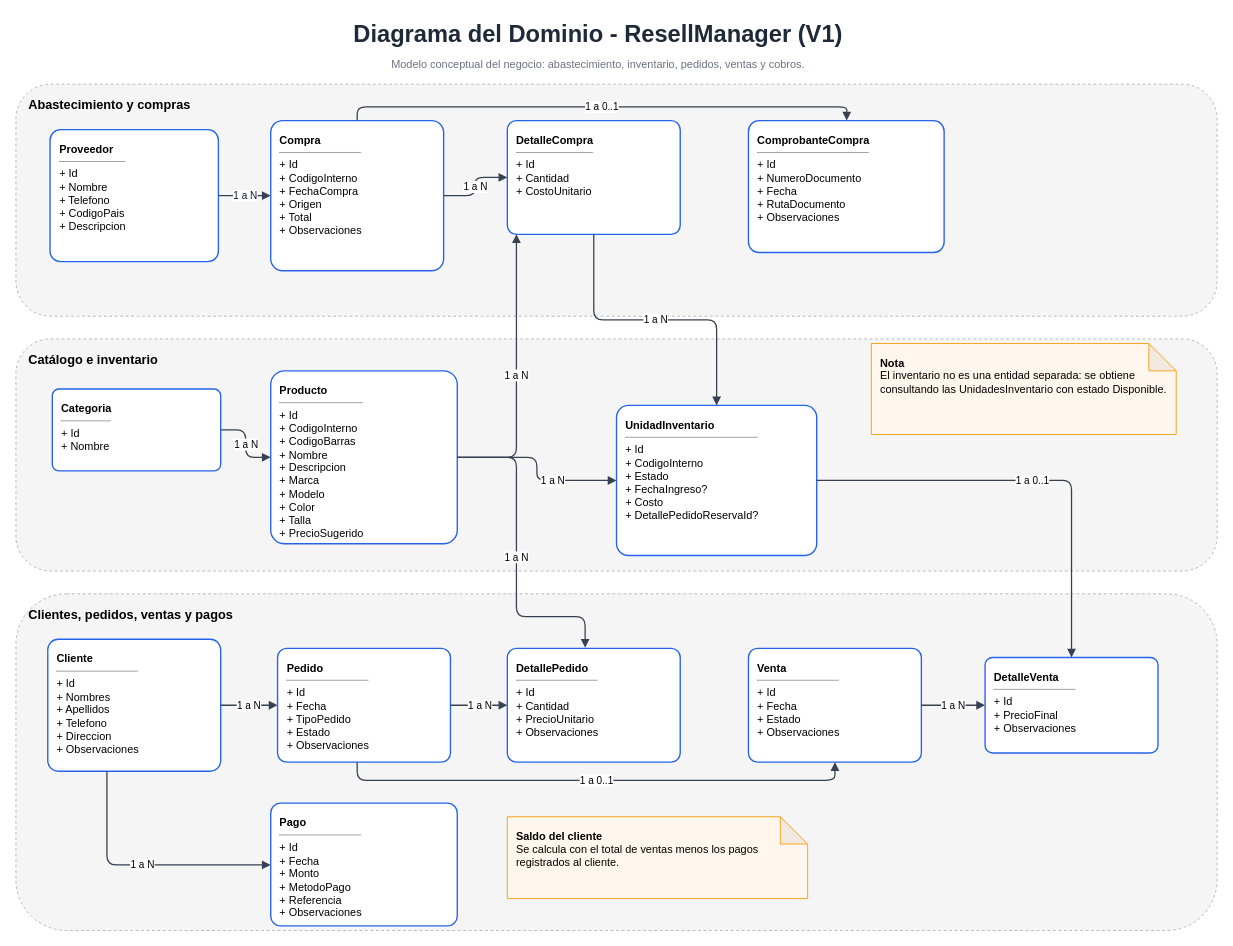
Above: docs/diagrams/06_DiagramaDelDominio.drawio in newton0608/ResellManager (draw.io), before the change. Source tidied: cells renumbered, new cells numbered last; positions are measured from the earlier drawing's top-left corner, leaving out a move shared by most shapes. Both pictures are drawn from the tidied source at 91%, with x=0, y=0 at pixel (15, 15).
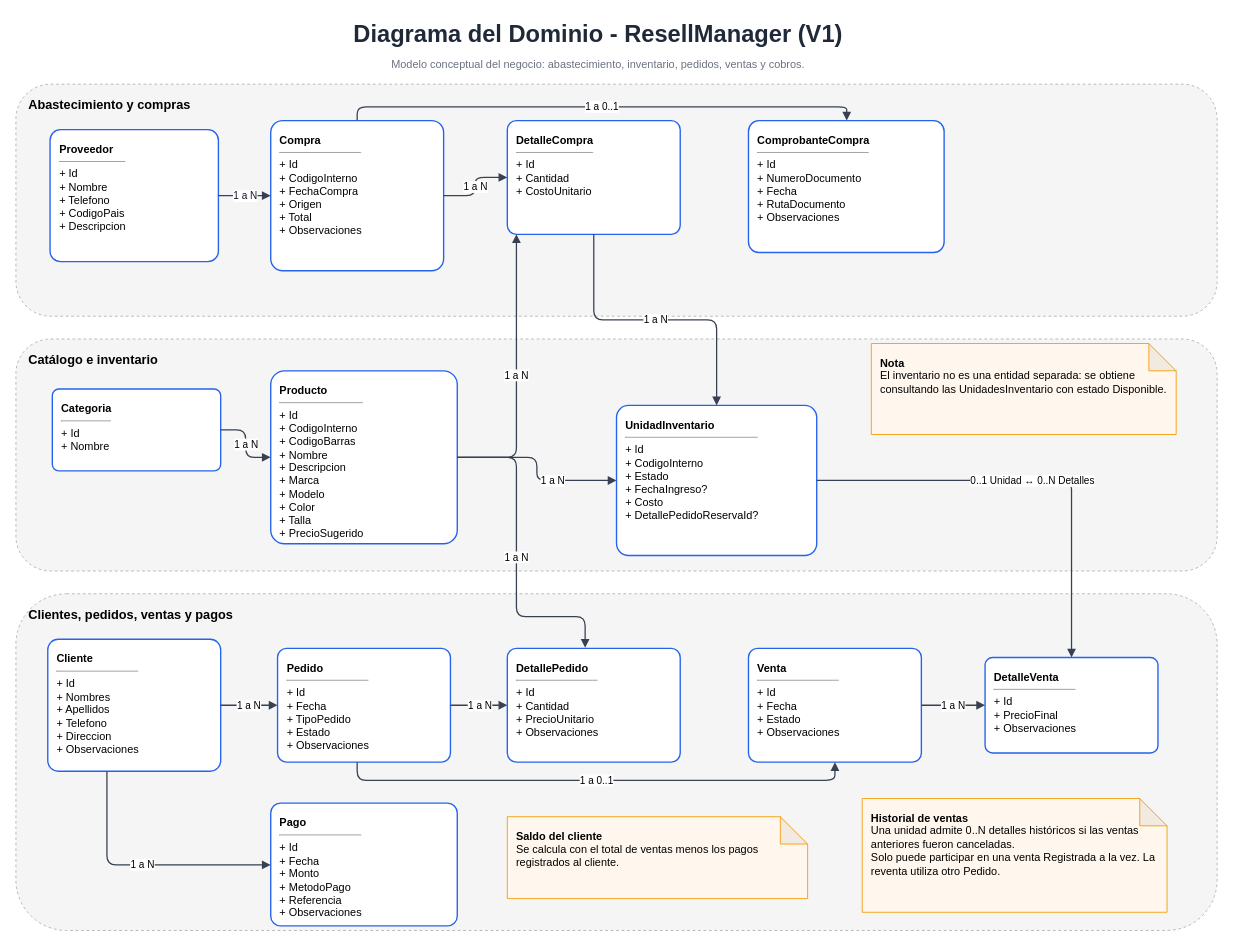
Above is the later version.

The change refers to these unchanged cells:
```xml
<mxCell id="13" value="&lt;b&gt;&lt;font style=&quot;color: rgb(0, 0, 0);&quot;&gt;UnidadInventario&lt;/font&gt;&lt;/b&gt;&lt;hr size=&quot;1&quot;&gt;&lt;font style=&quot;color: rgb(0, 0, 0);&quot;&gt;+ Id&lt;br&gt;+ CodigoInterno&lt;br&gt;+ Estado&lt;br&gt;+ FechaIngreso?&lt;br&gt;+ Costo&lt;br&gt;+ DetallePedidoReservaId?&lt;/font&gt;" style="rounded=1;whiteSpace=wrap;html=1;fillColor=#ffffff;strokeColor=#2563eb;strokeWidth=1.5;fontSize=12;align=left;verticalAlign=top;spacing=10;arcSize=8;" parent="1" vertex="1">
  <mxGeometry x="660" y="428" width="220" height="165" as="geometry" />
</mxCell>
<mxCell id="18" value="&lt;b&gt;DetalleVenta&lt;/b&gt;&lt;hr size=&quot;1&quot;&gt;+ Id&lt;br&gt;+ PrecioFinal&lt;br&gt;+ Observaciones" style="rounded=1;whiteSpace=wrap;html=1;fillColor=#ffffff;strokeColor=#2563eb;strokeWidth=1.5;fontSize=12;align=left;verticalAlign=top;spacing=10;arcSize=8;fontColor=#000000;" parent="1" vertex="1">
  <mxGeometry x="1065" y="705" width="190" height="105" as="geometry" />
</mxCell>
```

What changed in the source:
```diff
@@
-    <mxCell id="34" value="1 a 0..1" style="endArrow=block;html=1;rounded=1;strokeColor=#374151;strokeWidth=1.4;fontSize=11;fontColor=#000000;edgeStyle=orthogonalEdgeStyle;labelBackgroundColor=#FFFFFF;" parent="1" edge="1" source="13" target="18">
+    <mxCell id="34" value="0..1 Unidad ↔ 0..N Detalles" style="endArrow=block;html=1;rounded=1;strokeColor=#374151;strokeWidth=1.4;fontSize=11;fontColor=#000000;edgeStyle=orthogonalEdgeStyle;labelBackgroundColor=#FFFFFF;" parent="1" edge="1" source="13" target="18">
       <mxGeometry relative="1" as="geometry" />
     </mxCell>
@@
+    <mxCell id="36" value="&lt;b&gt;Historial de ventas&lt;/b&gt;&lt;br&gt;Una unidad admite 0..N detalles históricos si las ventas anteriores fueron canceladas.&lt;br&gt;Solo puede participar en una venta Registrada a la vez. La reventa utiliza otro Pedido." style="shape=note;whiteSpace=wrap;html=1;backgroundOutline=1;darkOpacity=0.05;fillColor=#fff7ed;strokeColor=#f59e0b;fontSize=12;align=left;verticalAlign=top;spacing=10;" parent="1" vertex="1">
+      <mxGeometry x="930" y="860" width="335" height="125" as="geometry" />
+    </mxCell>
```
